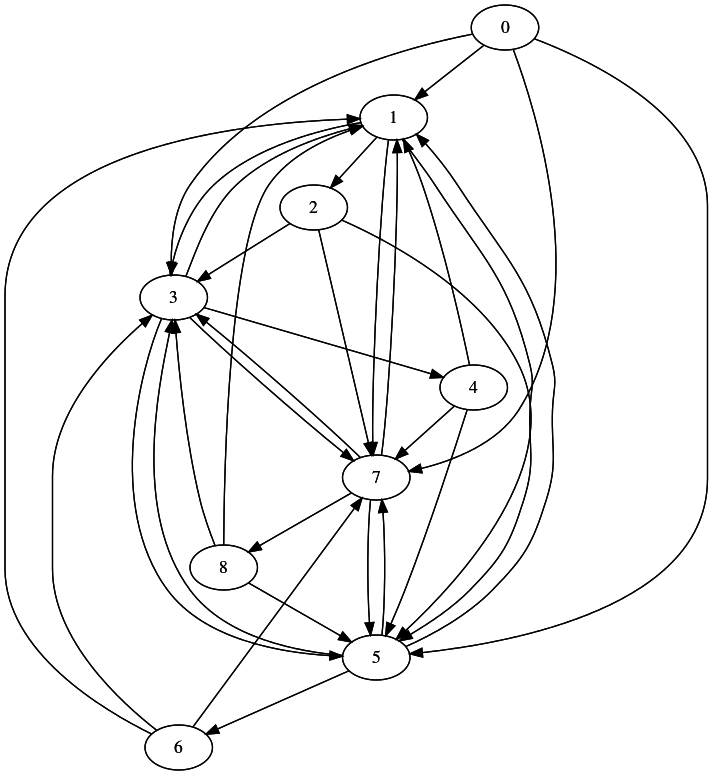
The Graphviz diagram BoostGraphTutorial/title_graph.png in richelbilderbeek/boost_graph_cookbook_1, before a commit. Its source is kept beside it as BoostGraphTutorial/title_graph.dot.
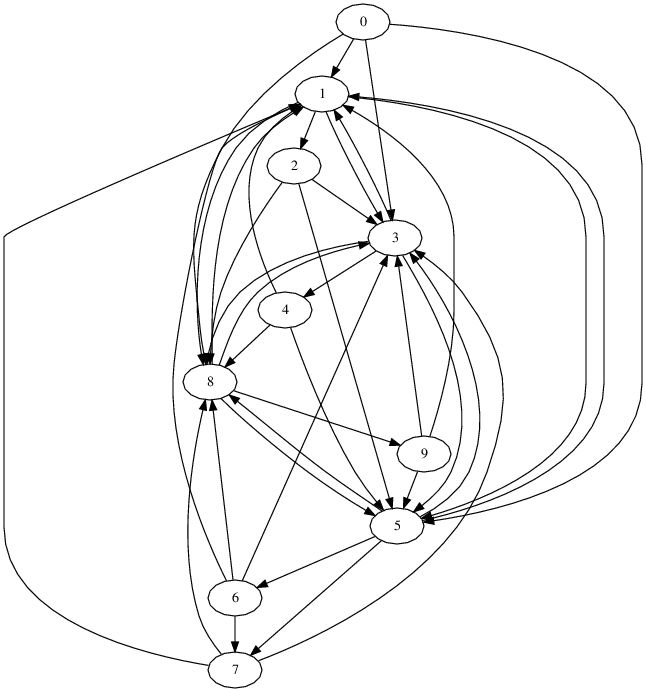
Later version of the same file.

Diff of the diagram source:
```diff
@@ -8,36 +8,42 @@
 6;
 7;
 8;
+9;
 0->1 ;
 0->3 ;
 0->5 ;
-0->7 ;
+0->8 ;
 1->2 ;
 1->3 ;
 1->5 ;
-1->7 ;
+1->8 ;
 2->3 ;
 2->5 ;
-2->7 ;
+2->8 ;
 3->1 ;
 3->4 ;
 3->5 ;
-3->7 ;
+3->8 ;
 4->1 ;
 4->5 ;
-4->7 ;
+4->8 ;
 5->1 ;
 5->3 ;
+5->7 ;
 5->6 ;
-5->7 ;
+5->8 ;
 6->1 ;
 6->3 ;
 6->7 ;
+6->8 ;
 7->1 ;
 7->3 ;
-7->5 ;
 7->8 ;
 8->1 ;
 8->3 ;
 8->5 ;
+8->9 ;
+9->1 ;
+9->3 ;
+9->5 ;
 }
```
